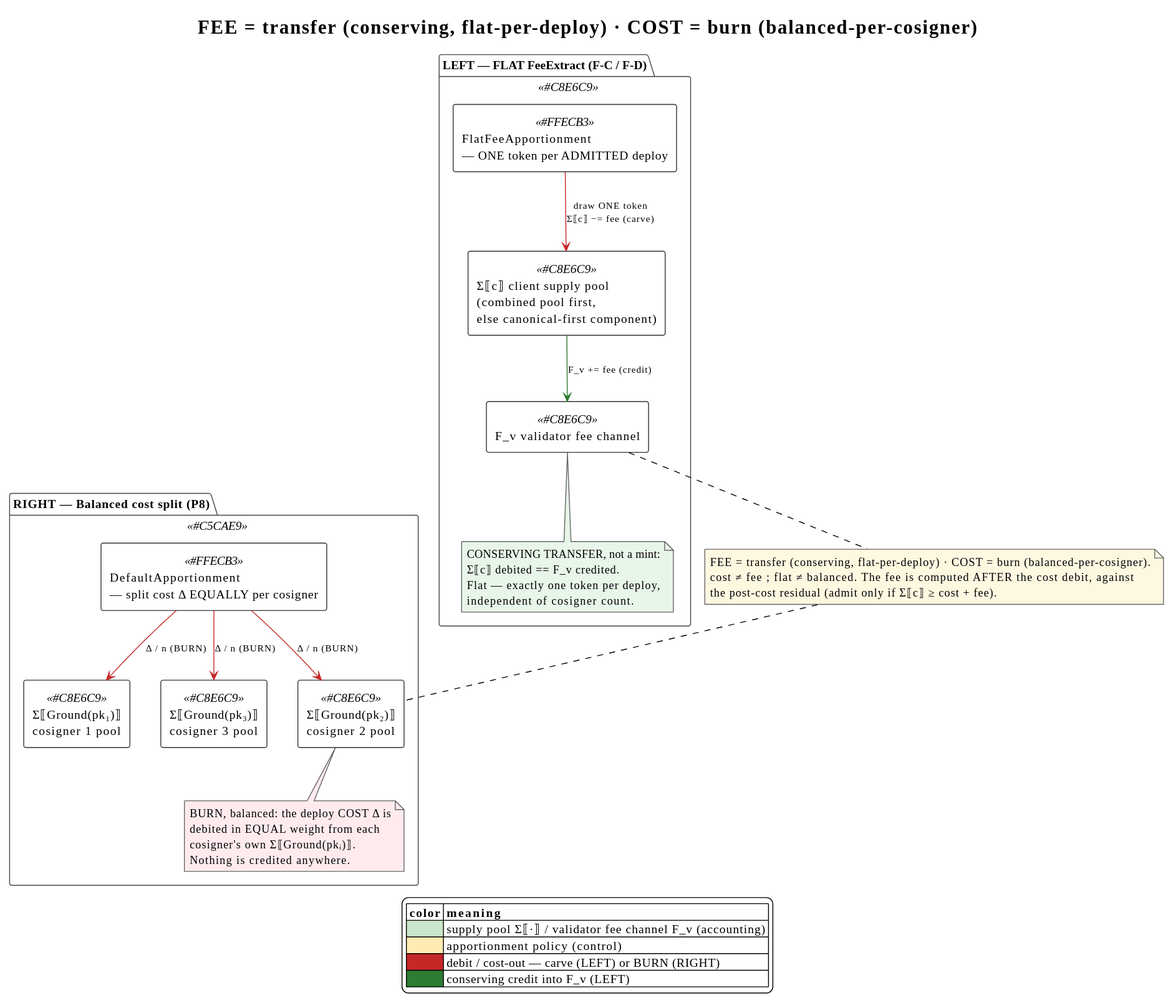
The PlantUML diagram docs/theory/diagrams/flatfee-vs-balanced-split.svg in F1R3FLY-io/f1r3node-rust, before a commit.
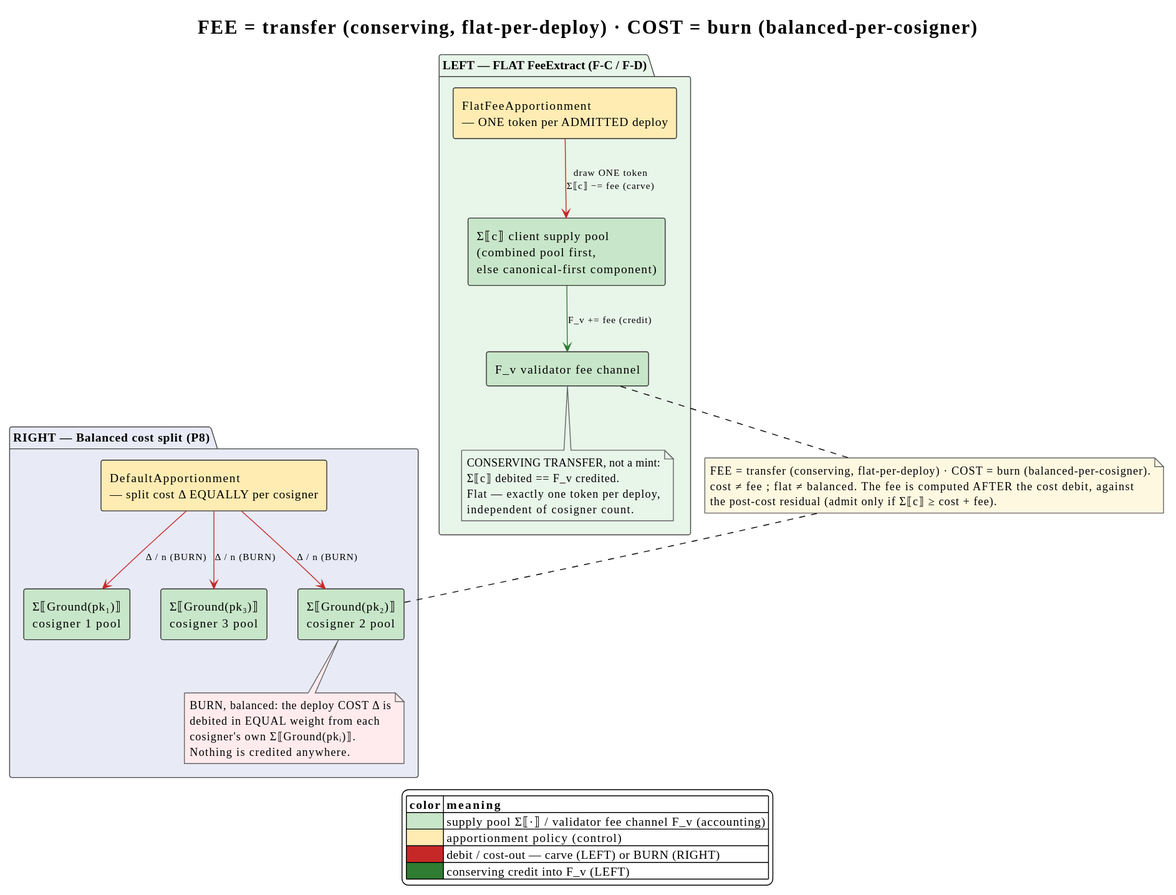
After the commit.

Commit message:
[agent] docs(cost-accounting): color component fills in 4 cost-accounting diagrams

What changed in the source:
```diff
@@ -14,10 +14,10 @@
 skinparam NoteBorderColor     #666666
 title FEE = transfer (conserving, flat-per-deploy)  ·  COST = burn (balanced-per-cosigner)
 
-package "LEFT — FLAT FeeExtract (F-C / F-D)" <<#C8E6C9>> {
-  component "FlatFeeApportionment\n— ONE token per ADMITTED deploy" <<#FFECB3>> as FFA
-  component "Σ⟦c⟧  client supply pool\n(combined pool first,\nelse canonical-first component)" <<#C8E6C9>> as CPOOL
-  component "F_v  validator fee channel" <<#C8E6C9>> as FV
+package "LEFT — FLAT FeeExtract (F-C / F-D)" #E8F5E9 {
+  component "FlatFeeApportionment\n— ONE token per ADMITTED deploy" as FFA #FFECB3
+  component "Σ⟦c⟧  client supply pool\n(combined pool first,\nelse canonical-first component)" as CPOOL #C8E6C9
+  component "F_v  validator fee channel" as FV #C8E6C9
 
   FFA  -[#C62828]-> CPOOL : draw ONE token\nΣ⟦c⟧ −= fee   (carve)
   CPOOL -[#2E7D32]-> FV   : F_v += fee   (credit)
@@ -29,11 +29,11 @@
   end note
 }
 
-package "RIGHT — Balanced cost split (P8)" <<#C5CAE9>> {
-  component "DefaultApportionment\n— split cost Δ EQUALLY per cosigner" <<#FFECB3>> as DA
-  component "Σ⟦Ground(pk₁)⟧\ncosigner 1 pool" <<#C8E6C9>> as P1
-  component "Σ⟦Ground(pk₂)⟧\ncosigner 2 pool" <<#C8E6C9>> as P2
-  component "Σ⟦Ground(pk₃)⟧\ncosigner 3 pool" <<#C8E6C9>> as P3
+package "RIGHT — Balanced cost split (P8)" #E8EAF6 {
+  component "DefaultApportionment\n— split cost Δ EQUALLY per cosigner" as DA #FFECB3
+  component "Σ⟦Ground(pk₁)⟧\ncosigner 1 pool" as P1 #C8E6C9
+  component "Σ⟦Ground(pk₂)⟧\ncosigner 2 pool" as P2 #C8E6C9
+  component "Σ⟦Ground(pk₃)⟧\ncosigner 3 pool" as P3 #C8E6C9
 
   DA -[#C62828]-> P1 : Δ / n   (BURN)
   DA -[#C62828]-> P2 : Δ / n   (BURN)
```
